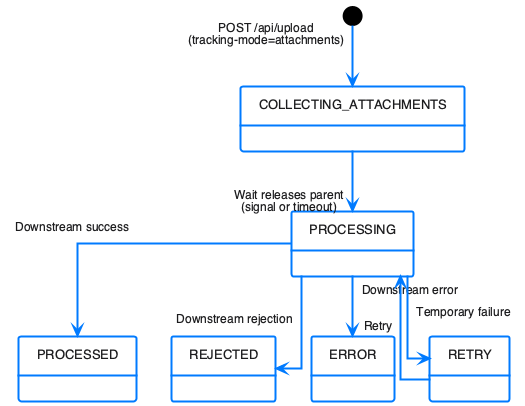
Earlier version of the PlantUML export doc/plantuml/attachment-status-lifecycle.png (cuioss/nifi-extensions).
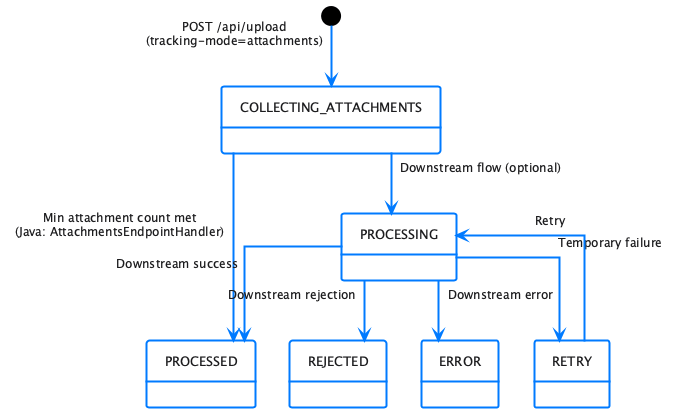
Above is the later version.

The edit, as a diff of the source:
```diff
@@ -1,7 +1,8 @@
 @startuml
 !include plantuml.skin
 [*] --> COLLECTING_ATTACHMENTS : POST /api/upload\n(tracking-mode=attachments)
-COLLECTING_ATTACHMENTS --> PROCESSING : Wait releases parent\n(signal or timeout)
+COLLECTING_ATTACHMENTS --> PROCESSED : Min attachment count met\n(Java: AttachmentsEndpointHandler)
+COLLECTING_ATTACHMENTS --> PROCESSING : Downstream flow (optional)
 PROCESSING --> PROCESSED : Downstream success
 PROCESSING --> REJECTED : Downstream rejection
 PROCESSING --> ERROR : Downstream error
```
